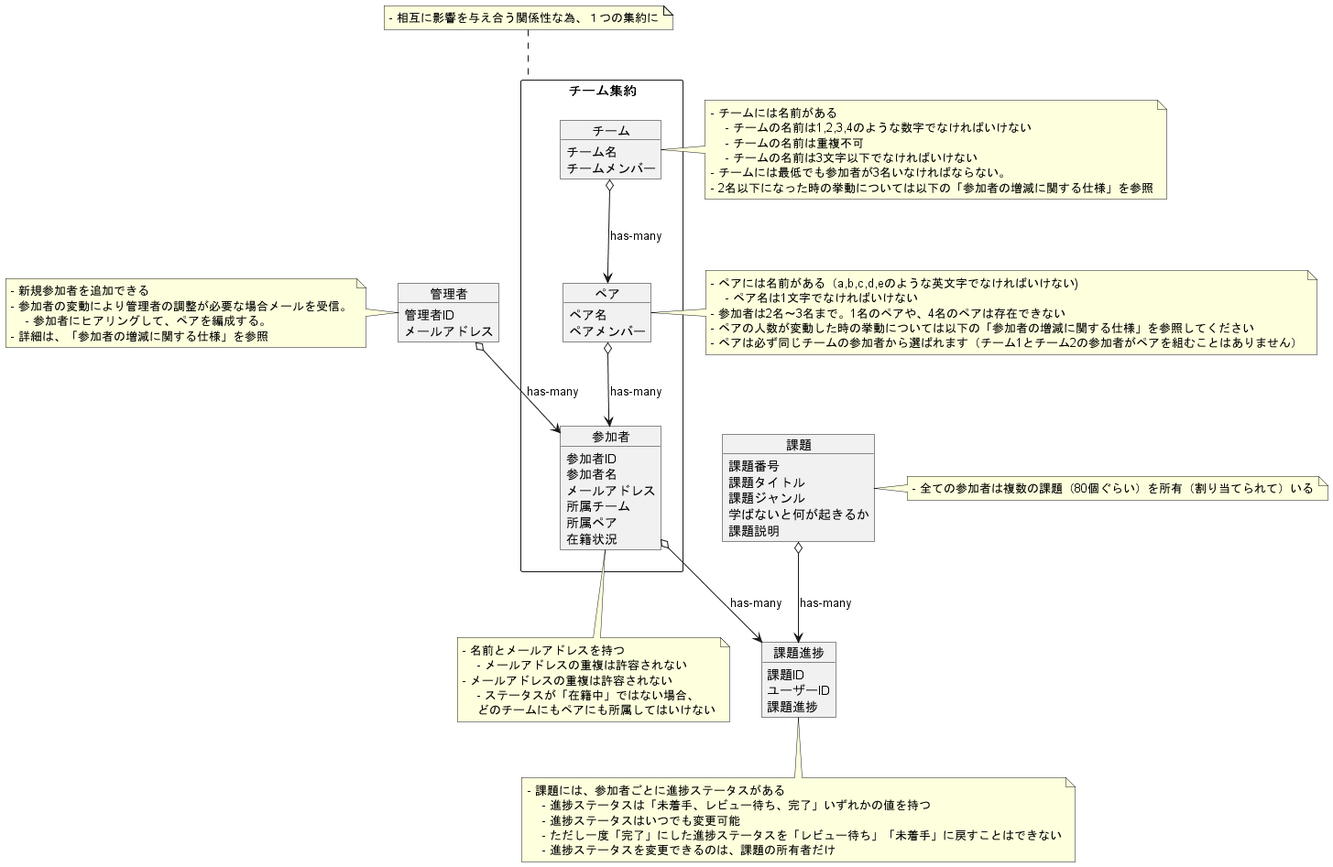
Above: 95IG7y3HHX7yl4/03_設計/04_特大課題：プラハチャレンジをDDDで実装してみる/ドメインモデル図/domain.png in praha-inc/praha-challenge-7 (PlantUML), before the change. Its diagram source:
```plantuml
@startuml domain

object 管理者 {
    管理者ID
    メールアドレス
}

note left of 管理者
- 新規参加者を追加できる
- 参加者の変動により管理者の調整が必要な場合メールを受信。
    - 参加者にヒアリングして、ペアを編成する。
- 詳細は、「参加者の増減に関する仕様」を参照
end note

object 課題 {
    課題番号
    課題タイトル
    課題ジャンル
    学ばないと何が起きるか
    課題説明
}

note right of 課題
- 全ての参加者は複数の課題（80個ぐらい）を所有（割り当てられて）いる
end note

object 課題進捗 {
    課題ID
    ユーザーID
    課題進捗
}

note bottom of 課題進捗
- 課題には、参加者ごとに進捗ステータスがある
    - 進捗ステータスは「未着手、レビュー待ち、完了」いずれかの値を持つ
    - 進捗ステータスはいつでも変更可能
    - ただし一度「完了」にした進捗ステータスを「レビュー待ち」「未着手」に戻すことはできない
    - 進捗ステータスを変更できるのは、課題の所有者だけ
end note

rectangle チーム集約 {
    object 参加者 {
        参加者ID
        参加者名
        メールアドレス
        所属チーム
        所属ペア
        在籍状況
    }
    object ペア {
        ペア名
        ペアメンバー
    }
    object チーム {
        チーム名
        チームメンバー
    }
}

note bottom of 参加者
- 名前とメールアドレスを持つ
    - メールアドレスの重複は許容されない
- メールアドレスの重複は許容されない
    - ステータスが「在籍中」ではない場合、
    どのチームにもペアにも所属してはいけない
end note

note right of ペア
- ペアには名前がある（a,b,c,d,eのような英文字でなければいけない)
    - ペア名は1文字でなければいけない
- 参加者は2名〜3名まで。1名のペアや、4名のペアは存在できない
- ペアの人数が変動した時の挙動については以下の「参加者の増減に関する仕様」を参照してください
- ペアは必ず同じチームの参加者から選ばれます（チーム1とチーム2の参加者がペアを組むことはありません）
end note

note right of チーム
- チームには名前がある
    - チームの名前は1,2,3,4のような数字でなければいけない
    - チームの名前は重複不可
    - チームの名前は3文字以下でなければいけない
- チームには最低でも参加者が3名いなければならない。
- 2名以下になった時の挙動については以下の「参加者の増減に関する仕様」を参照
end note

note top of チーム集約
- 相互に影響を与え合う関係性な為、１つの集約に
end note

管理者 o--> 参加者 : has-many

参加者 o--> 課題進捗 : has-many

課題 o--> 課題進捗 : has-many

ペア o--> 参加者 : has-many

チーム o--> ペア : has-many

@enduml
```
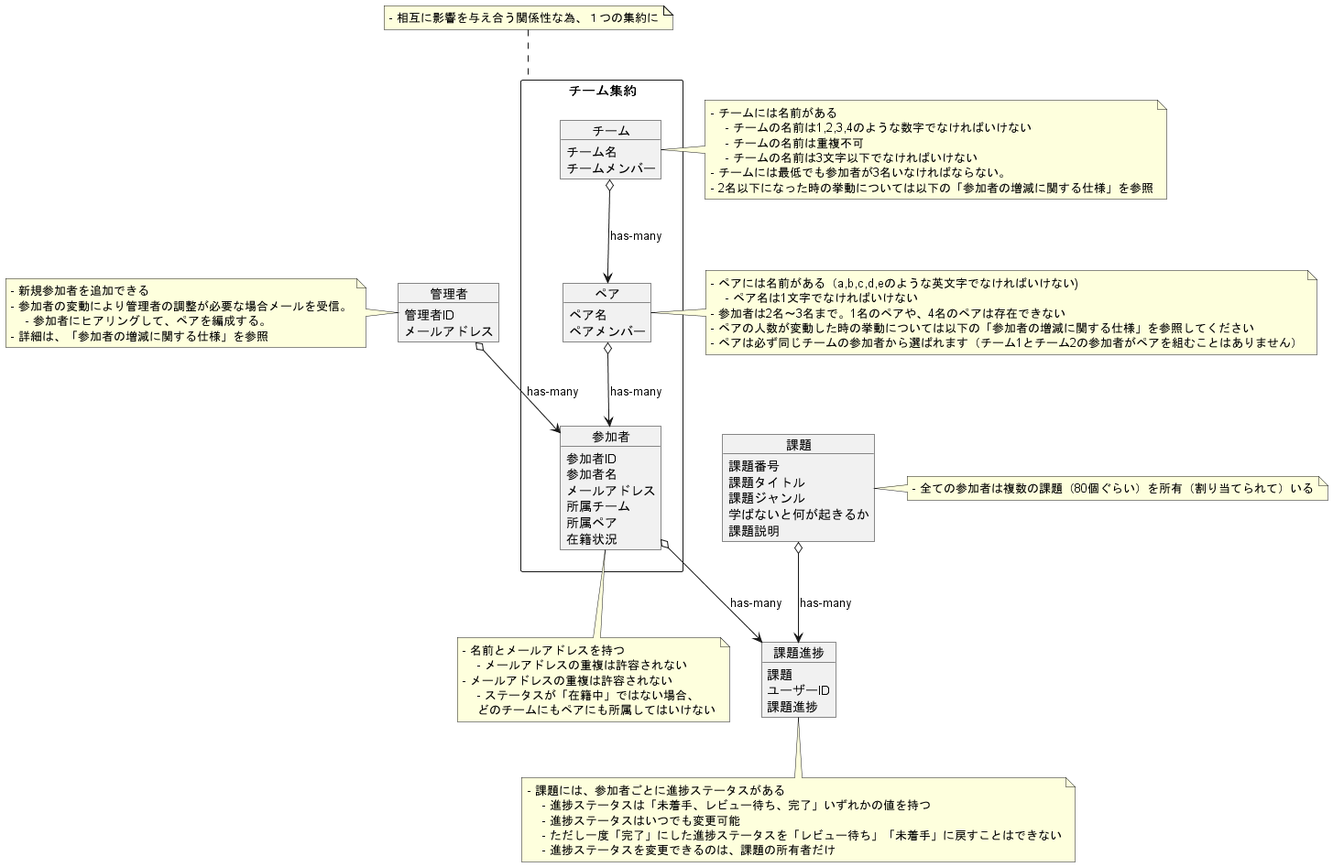
Later version of the same file.

Commit message:
課題進捗を修正

Change to the diagram source:
```diff
@@ -25,7 +25,7 @@
 end note
 
 object 課題進捗 {
-    課題ID
+    課題
     ユーザーID
     課題進捗
 }
```
